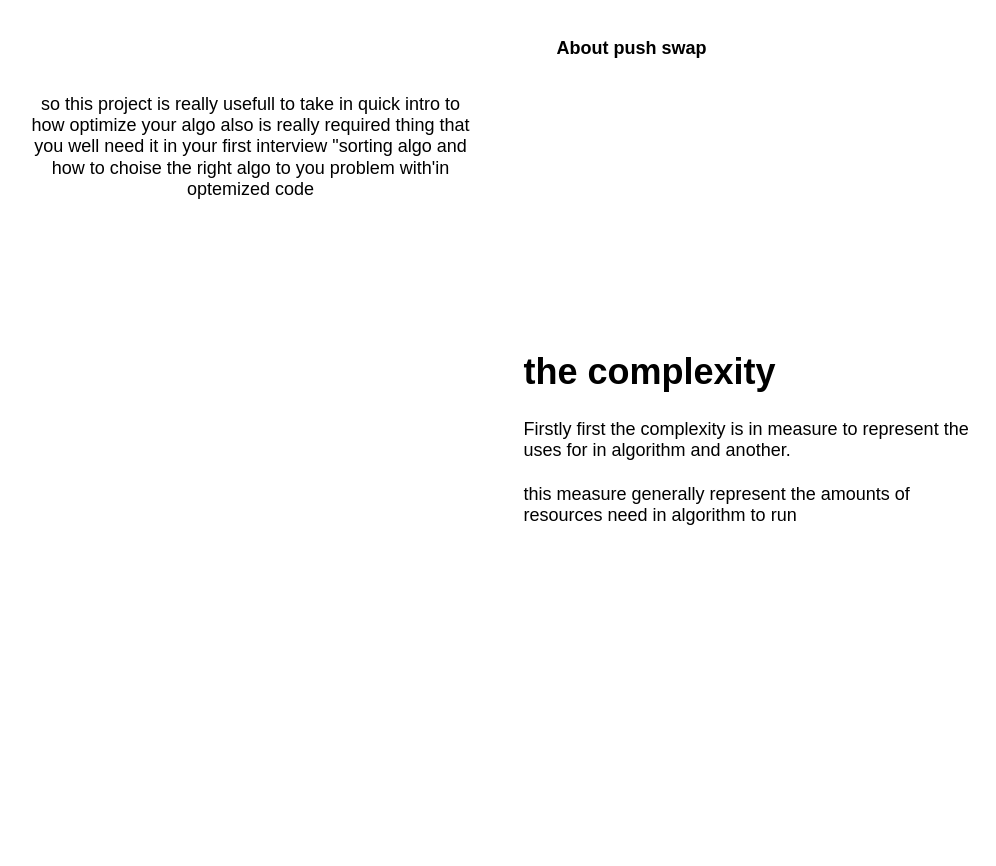
Above: Untitled Diagram.drawio in raynlamlaika/Push_swap (draw.io), before the change. Source tidied: cells renumbered, new cells numbered last; positions are measured from the earlier drawing's top-left corner, leaving out a move shared by most shapes. Both pictures are drawn from the tidied source at 150%, with x=0, y=0 at pixel (26, 26).
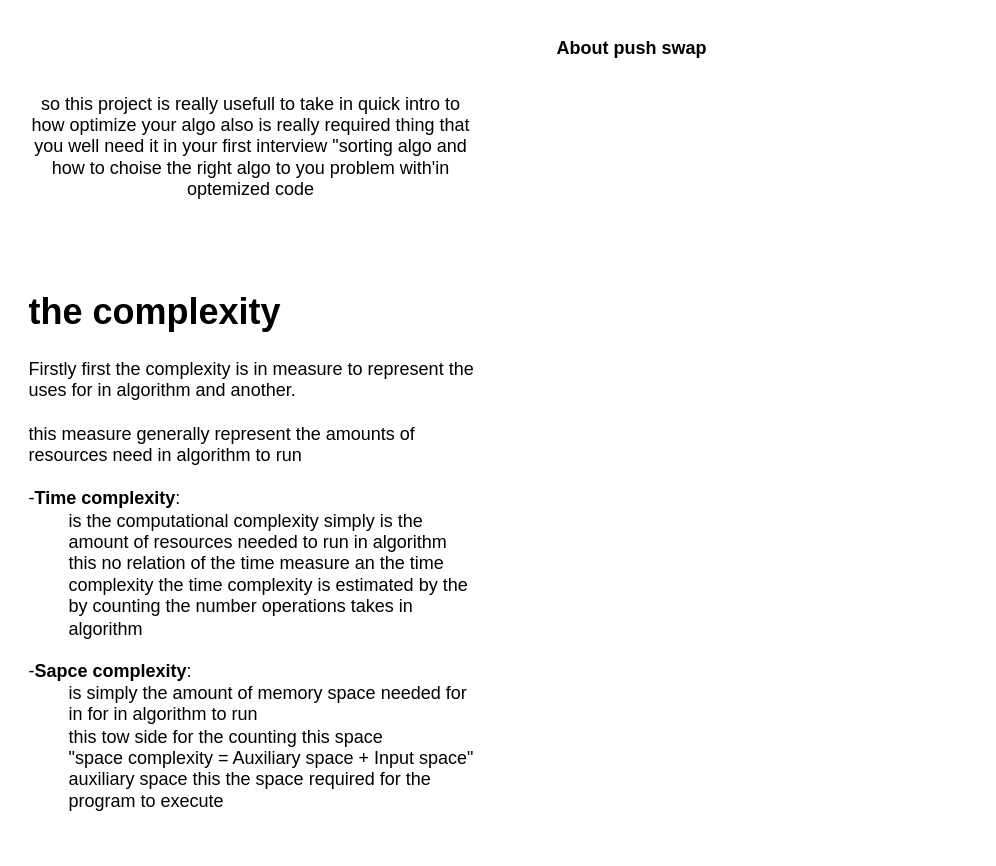
Above is the later version.

What changed in the source:
```diff
@@
 <mxGraphModel>
   <root>
     <mxCell id="0" />
     <mxCell id="1" parent="0" />
     <mxCell id="2" value="&lt;b&gt;About push swap&lt;/b&gt;" style="text;html=1;align=center;verticalAlign=middle;whiteSpace=wrap;rounded=0;" parent="1" vertex="1">
       <mxGeometry x="339" width="130" height="30" as="geometry" />
     </mxCell>
     <mxCell id="3" value="so this project is really usefull to take in quick intro to how optimize your algo also is really required thing that you well need it in your first interview &quot;sorting algo and how to choise the right algo to you problem with'in optemized code" style="text;html=1;align=center;verticalAlign=middle;whiteSpace=wrap;rounded=0;" parent="1" vertex="1">
       <mxGeometry y="30" width="300" height="100" as="geometry" />
     </mxCell>
-    <mxCell id="4" value="&lt;h1 style=&quot;margin-top: 0px;&quot;&gt;&lt;span style=&quot;background-color: transparent; color: light-dark(rgb(0, 0, 0), rgb(255, 255, 255));&quot;&gt;the complexity&amp;nbsp;&lt;/span&gt;&lt;/h1&gt;&lt;div&gt;Firstly first the complexity is in measure to represent the uses for in algorithm and another.&lt;/div&gt;&lt;div&gt;&lt;br&gt;&lt;/div&gt;&lt;div&gt;this measure generally represent the amounts of resources need in algorithm to run&amp;nbsp;&lt;/div&gt;" style="text;html=1;whiteSpace=wrap;overflow=hidden;rounded=0;" parent="1" vertex="1">
-      <mxGeometry x="330" y="210" width="300" height="170" as="geometry" />
+    <mxCell id="4" value="&lt;h1 style=&quot;margin-top: 0px;&quot;&gt;&lt;span style=&quot;background-color: transparent; color: light-dark(rgb(0, 0, 0), rgb(255, 255, 255));&quot;&gt;the complexity&amp;nbsp;&lt;/span&gt;&lt;/h1&gt;&lt;div&gt;Firstly first the complexity is in measure to represent the uses for in algorithm and another.&lt;/div&gt;&lt;div&gt;&lt;br&gt;&lt;/div&gt;&lt;div&gt;this measure generally represent the amounts of resources need in algorithm to run&amp;nbsp;&lt;/div&gt;&lt;div&gt;&lt;br&gt;&lt;/div&gt;&lt;div&gt;-&lt;b&gt;Time complexity&lt;/b&gt;:&lt;/div&gt;&lt;div&gt;&lt;span style=&quot;white-space: pre;&quot;&gt;&#9;&lt;/span&gt;is the computational complexity simply is the &lt;span style=&quot;white-space: pre;&quot;&gt;&#9;&lt;/span&gt;amount of resources needed to run in algorithm&lt;br&gt;&lt;/div&gt;&lt;div&gt;&lt;span style=&quot;white-space: pre;&quot;&gt;&#9;&lt;/span&gt;this no relation of the time measure an the time &lt;span style=&quot;white-space: pre;&quot;&gt;&#9;&lt;/span&gt;complexity the time complexity is estimated by the&lt;br&gt;&lt;/div&gt;&lt;div&gt;&lt;span style=&quot;white-space: pre;&quot;&gt;&#9;&lt;/span&gt;by counting the number operations takes in &lt;span style=&quot;white-space: pre;&quot;&gt;&#9;&lt;/span&gt;algorithm&lt;br&gt;&lt;/div&gt;&lt;div&gt;&lt;br&gt;&lt;/div&gt;&lt;div&gt;-&lt;b&gt;Sapce complexity&lt;/b&gt;:&lt;/div&gt;&lt;div&gt;&lt;span style=&quot;white-space: pre;&quot;&gt;&#9;&lt;/span&gt;is simply the amount of memory space needed for &lt;span style=&quot;white-space: pre;&quot;&gt;&#9;&lt;/span&gt;in&amp;nbsp;&lt;span style=&quot;background-color: transparent; color: light-dark(rgb(0, 0, 0), rgb(255, 255, 255));&quot;&gt;for in algorithm to run&amp;nbsp;&lt;/span&gt;&lt;/div&gt;&lt;div&gt;&lt;span style=&quot;background-color: transparent; color: light-dark(rgb(0, 0, 0), rgb(255, 255, 255));&quot;&gt;&lt;span style=&quot;white-space: pre;&quot;&gt;&#9;&lt;/span&gt;this tow side for the counting this space&amp;nbsp;&lt;br&gt;&lt;/span&gt;&lt;/div&gt;&lt;div&gt;&lt;span style=&quot;background-color: transparent; color: light-dark(rgb(0, 0, 0), rgb(255, 255, 255));&quot;&gt;&lt;span style=&quot;white-space: pre;&quot;&gt;&#9;&lt;/span&gt;&quot;space complexity = Auxiliary space + Input space&quot;&lt;/span&gt;&lt;/div&gt;&lt;div&gt;&lt;span style=&quot;background-color: transparent; color: light-dark(rgb(0, 0, 0), rgb(255, 255, 255));&quot;&gt;&lt;span style=&quot;white-space: pre;&quot;&gt;&#9;&lt;/span&gt;auxiliary space this the space required for the &lt;span style=&quot;white-space: pre;&quot;&gt;&#9;&lt;/span&gt;program to execute&amp;nbsp;&lt;br&gt;&lt;/span&gt;&lt;/div&gt;" style="text;html=1;whiteSpace=wrap;overflow=hidden;rounded=0;" parent="1" vertex="1">
+      <mxGeometry y="170" width="300" height="370" as="geometry" />
     </mxCell>
   </root>
 </mxGraphModel>
```
